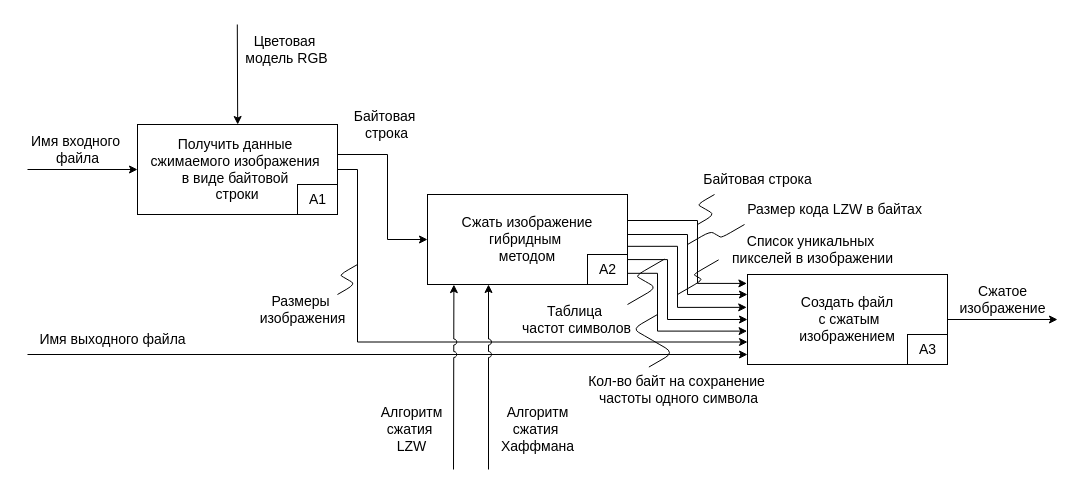
The draw.io diagram docs/schemes/idef0_a1.drawio in kovkir/bmstu-magistracy-diploma, before the edit. Source tidied: cells renumbered, new cells numbered last; positions are measured from the earlier drawing's top-left corner, leaving out a move shared by most shapes. Both pictures are drawn from the tidied source at 100%, with x=0, y=0 at pixel (17, 24).
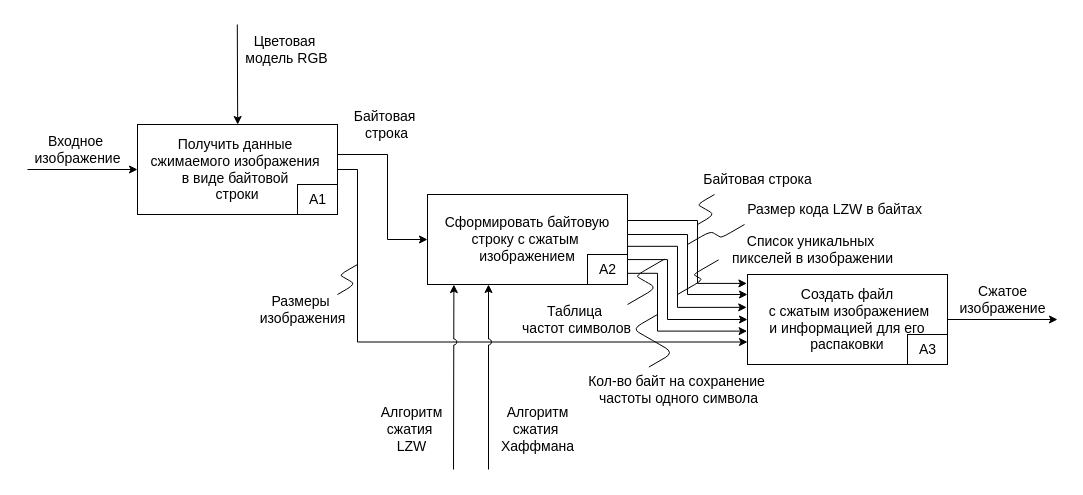
After the change.

Change to the diagram source:
```diff
@@
-    <mxCell id="6" value="&lt;span style=&quot;color: rgb(0, 0, 0);&quot;&gt;Имя входного&amp;nbsp;&lt;/span&gt;&lt;div&gt;&lt;span style=&quot;color: rgb(0, 0, 0);&quot;&gt;файла&lt;/span&gt;&lt;/div&gt;" style="text;html=1;align=center;verticalAlign=middle;strokeColor=none;fillColor=none;fontSize=14;" parent="1" vertex="1">
-      <mxGeometry y="100" width="120" height="50" as="geometry" />
+    <mxCell id="6" value="&lt;span style=&quot;color: rgb(0, 0, 0);&quot;&gt;Входное&amp;nbsp;&lt;/span&gt;&lt;div&gt;&lt;span style=&quot;color: rgb(0, 0, 0);&quot;&gt;изображение&lt;/span&gt;&lt;/div&gt;" style="text;html=1;align=center;verticalAlign=middle;strokeColor=none;fillColor=none;fontSize=14;" parent="1" vertex="1">
+      <mxGeometry x="5" y="100" width="110" height="50" as="geometry" />
     </mxCell>
@@
-    <mxCell id="11" value="&lt;span style=&quot;font-size: 14px; background-color: transparent;&quot;&gt;&lt;font style=&quot;color: rgb(0, 0, 0);&quot;&gt;Сжать изображение гибридным&amp;nbsp;&lt;/font&gt;&lt;/span&gt;&lt;div&gt;&lt;span style=&quot;font-size: 14px; background-color: transparent;&quot;&gt;&lt;font style=&quot;color: rgb(0, 0, 0);&quot;&gt;методом&lt;/font&gt;&lt;/span&gt;&lt;/div&gt;" style="rounded=0;whiteSpace=wrap;html=1;" parent="1" vertex="1">
+    <mxCell id="11" value="&lt;font style=&quot;color: rgb(0, 0, 0); font-size: 14px;&quot;&gt;Сформировать байтовую&lt;/font&gt;&lt;div&gt;&lt;font style=&quot;color: rgb(0, 0, 0); font-size: 14px;&quot;&gt;строку с сжатым&amp;nbsp;&lt;/font&gt;&lt;/div&gt;&lt;div&gt;&lt;font style=&quot;color: rgb(0, 0, 0); font-size: 14px;&quot;&gt;изображением&lt;/font&gt;&lt;/div&gt;" style="rounded=0;whiteSpace=wrap;html=1;" parent="1" vertex="1">
       <mxGeometry x="410" y="170" width="200" height="90" as="geometry" />
     </mxCell>
@@
-    <mxCell id="13" style="edgeStyle=orthogonalEdgeStyle;rounded=0;jumpStyle=arc;html=1;" parent="1" edge="1">
-      <mxGeometry relative="1" as="geometry">
-        <mxPoint x="10" y="330" as="sourcePoint" />
-        <mxPoint x="730" y="330" as="targetPoint" />
-        <Array as="points">
-          <mxPoint x="180" y="330" />
-          <mxPoint x="180" y="330" />
-        </Array>
-      </mxGeometry>
-    </mxCell>
-    <mxCell id="14" value="&lt;span style=&quot;font-size: 14px;&quot;&gt;&lt;font style=&quot;color: rgb(0, 0, 0);&quot;&gt;Создать файл&lt;br&gt;&amp;nbsp;с сжатым &lt;/font&gt;&lt;br&gt;&lt;font style=&quot;color: rgb(0, 0, 0);&quot;&gt;изображением&lt;/font&gt;&lt;/span&gt;" style="rounded=0;whiteSpace=wrap;html=1;" parent="1" vertex="1">
+    <mxCell id="14" value="&lt;span style=&quot;font-size: 14px;&quot;&gt;&lt;font style=&quot;color: rgb(0, 0, 0);&quot;&gt;Создать файл&lt;br&gt;&amp;nbsp;с сжатым&amp;nbsp;&lt;/font&gt;&lt;font style=&quot;color: rgb(0, 0, 0);&quot;&gt;изображением&lt;/font&gt;&lt;/span&gt;&lt;div&gt;&lt;span style=&quot;font-size: 14px;&quot;&gt;&lt;font style=&quot;color: rgb(0, 0, 0);&quot;&gt;и информацией для его распаковки&lt;/font&gt;&lt;/span&gt;&lt;/div&gt;" style="rounded=0;whiteSpace=wrap;html=1;" parent="1" vertex="1">
       <mxGeometry x="730" y="250" width="200" height="90" as="geometry" />
     </mxCell>
@@
-    <mxCell id="20" value="&lt;span style=&quot;color: rgb(0, 0, 0);&quot;&gt;Имя выходного файла&lt;/span&gt;" style="text;html=1;align=center;verticalAlign=middle;strokeColor=none;fillColor=none;fontSize=14;" parent="1" vertex="1">
-      <mxGeometry x="10" y="300" width="170" height="30" as="geometry" />
-    </mxCell>
```
